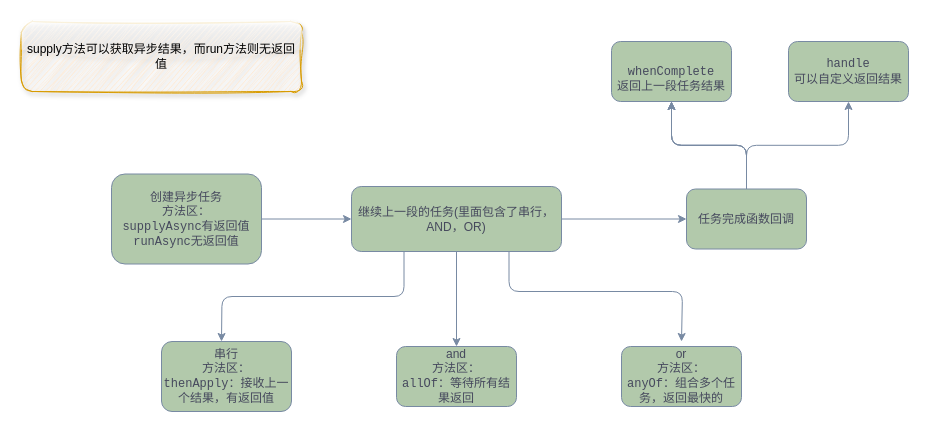
This is 异步编排的学习.drawio from Rain-with-me/uml, a draw.io file, before an edit. Source tidied: cells renumbered, new cells numbered last; positions are measured from the earlier drawing's top-left corner, leaving out a move shared by most shapes. Both pictures are drawn from the tidied source at 100%, with x=0, y=0 at pixel (21, 21).
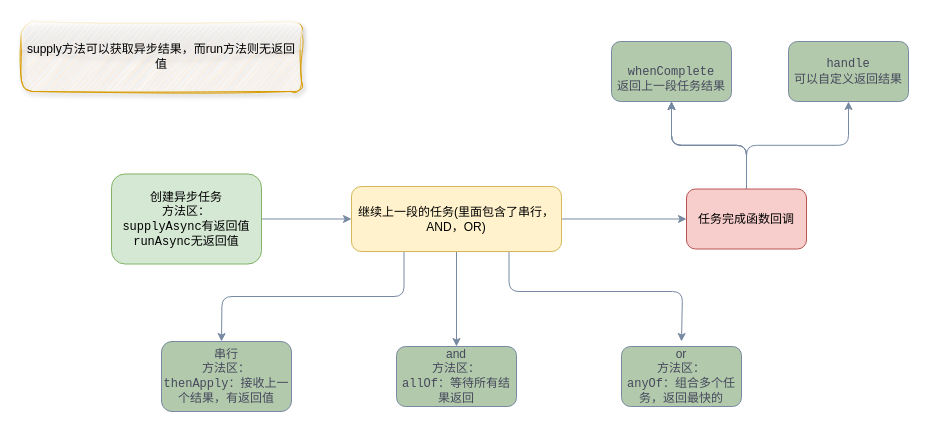
The same diagram, later.

Commit message:
更新异步编排的学习.drawio

The edit, as a diff of the source:
```diff
@@
-    <mxCell id="3" value="创建异步任务&lt;br&gt;方法区：&lt;br&gt;&lt;code&gt;supplyAsync有返回值&lt;br&gt;&lt;/code&gt;&lt;code&gt;runAsync无返回值&lt;/code&gt;" style="rounded=1;whiteSpace=wrap;html=1;labelBackgroundColor=none;fillColor=#B2C9AB;strokeColor=#788AA3;fontColor=#46495D;" parent="1" vertex="1">
+    <mxCell id="3" value="创建异步任务&lt;br&gt;方法区：&lt;br&gt;&lt;code&gt;supplyAsync有返回值&lt;br&gt;&lt;/code&gt;&lt;code&gt;runAsync无返回值&lt;/code&gt;" style="rounded=1;whiteSpace=wrap;html=1;labelBackgroundColor=none;fillColor=#d5e8d4;strokeColor=#82b366;" parent="1" vertex="1">
       <mxGeometry x="90" y="152.5" width="150" height="90" as="geometry" />
     </mxCell>
@@
-    <mxCell id="8" value="继续上一段的任务(里面包含了串行，AND，OR)" style="rounded=1;whiteSpace=wrap;html=1;labelBackgroundColor=none;fillColor=#B2C9AB;strokeColor=#788AA3;fontColor=#46495D;" parent="1" vertex="1">
+    <mxCell id="8" value="继续上一段的任务(里面包含了串行，AND，OR)" style="rounded=1;whiteSpace=wrap;html=1;labelBackgroundColor=none;fillColor=#fff2cc;strokeColor=#d6b656;" parent="1" vertex="1">
       <mxGeometry x="330" y="165" width="210" height="65" as="geometry" />
     </mxCell>
@@
-    <mxCell id="17" value="任务完成函数回调" style="whiteSpace=wrap;html=1;fillColor=#B2C9AB;strokeColor=#788AA3;fontColor=#46495D;rounded=1;labelBackgroundColor=none;" parent="1" vertex="1">
+    <mxCell id="17" value="任务完成函数回调" style="whiteSpace=wrap;html=1;fillColor=#f8cecc;strokeColor=#b85450;rounded=1;labelBackgroundColor=none;" parent="1" vertex="1">
       <mxGeometry x="665" y="167.5" width="120" height="60" as="geometry" />
     </mxCell>
```
